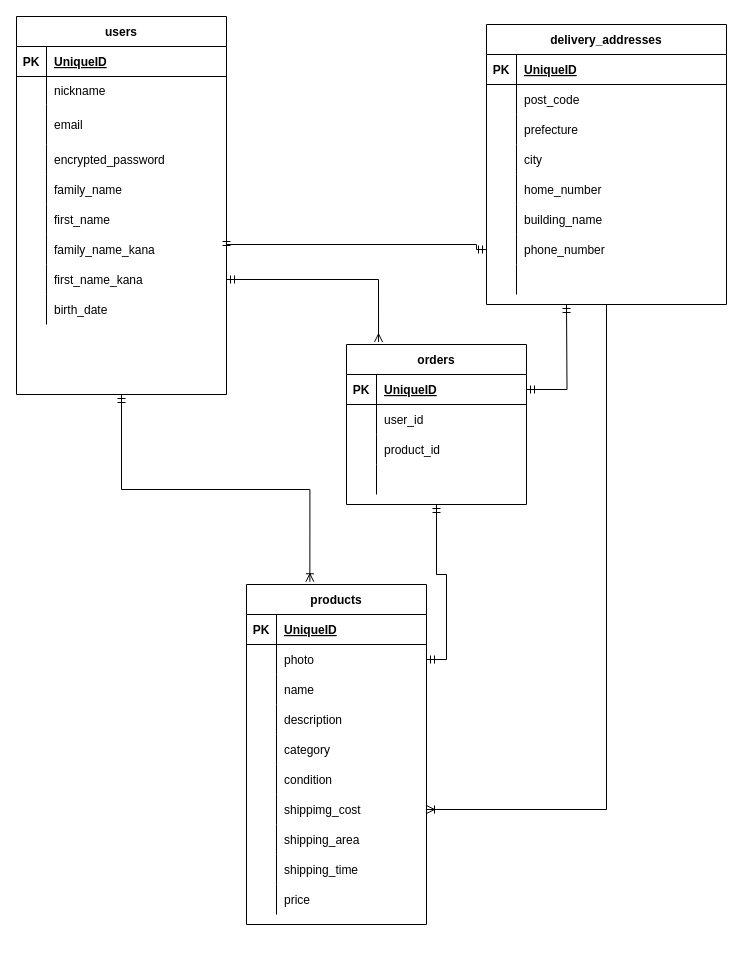
This is app/views/shared/furima.dio from hikaruueta/furima-35024, a draw.io file, before an edit. Source tidied: cells renumbered, new cells numbered last; positions are measured from the earlier drawing's top-left corner, leaving out a move shared by most shapes. Both pictures are drawn from the tidied source at 100%, with x=0, y=0 at pixel (16, 16).
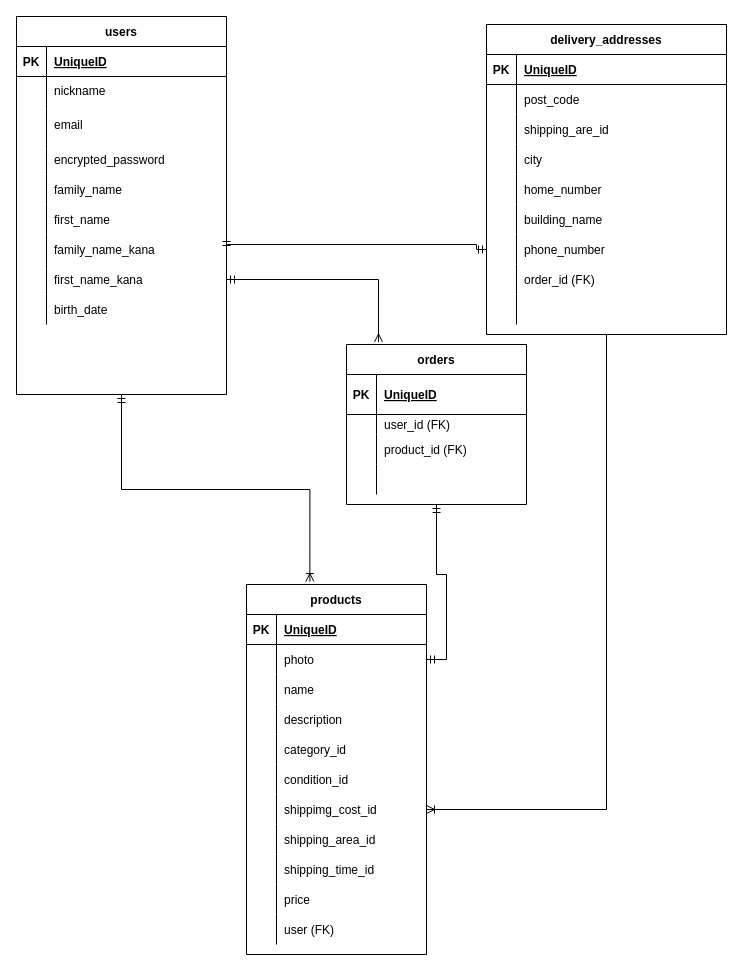
The same page after the edit.

The change refers to these unchanged cells:
```xml
<mxCell id="39" style="shape=partialRectangle;fillColor=none;top=0;left=0;bottom=0;right=0;" parent="32" vertex="1">
  <mxGeometry y="90" width="240" height="30" as="geometry" />
</mxCell>
<mxCell id="70" style="shape=partialRectangle;fillColor=none;top=0;left=0;bottom=0;right=0;" parent="57" vertex="1">
  <mxGeometry y="150" width="180" height="30" as="geometry" />
</mxCell>
<mxCell id="73" style="shape=partialRectangle;fillColor=none;top=0;left=0;bottom=0;right=0;" parent="57" vertex="1">
  <mxGeometry y="180" width="180" height="30" as="geometry" />
</mxCell>
<mxCell id="76" style="shape=partialRectangle;fillColor=none;top=0;left=0;bottom=0;right=0;points=[[0,0.5],[1,0.5]];portConstraint=eastwest;" parent="57" vertex="1">
  <mxGeometry y="210" width="180" height="30" as="geometry" />
</mxCell>
<mxCell id="79" style="shape=partialRectangle;fillColor=none;top=0;left=0;bottom=0;right=0;" parent="57" vertex="1">
  <mxGeometry y="240" width="180" height="30" as="geometry" />
</mxCell>
<mxCell id="82" style="shape=partialRectangle;fillColor=none;top=0;left=0;bottom=0;right=0;" parent="57" vertex="1">
  <mxGeometry y="270" width="180" height="30" as="geometry" />
</mxCell>
<mxCell id="92" value="orders" style="shape=table;startSize=30;childLayout=tableLayout;rowLines=0;fontStyle=1;align=center;" parent="1" vertex="1">
  <mxGeometry x="330" y="328" width="180" height="160" as="geometry" />
</mxCell>
<mxCell id="99" style="shape=partialRectangle;fillColor=none;top=0;left=0;bottom=0;right=0;" parent="92" vertex="1">
  <mxGeometry y="90" width="180" height="30" as="geometry" />
</mxCell>
```

What changed in the source:
```diff
@@
     <mxCell id="32" value="delivery_addresses" style="shape=table;startSize=30;childLayout=tableLayout;rowLines=0;fontStyle=1;align=center;" parent="1" vertex="1">
-      <mxGeometry x="470" y="8" width="240" height="280" as="geometry" />
+      <mxGeometry x="470" y="8" width="240" height="310" as="geometry" />
     </mxCell>
@@
-    <mxCell id="41" value="prefecture" style="shape=partialRectangle;fillColor=none;top=0;left=0;bottom=0;right=0;align=left;spacingLeft=6;overflow=hidden;" parent="39" vertex="1">
+    <mxCell id="41" value="shipping_are_id" style="shape=partialRectangle;fillColor=none;top=0;left=0;bottom=0;right=0;align=left;spacingLeft=6;overflow=hidden;" parent="39" vertex="1">
       <mxGeometry x="30" width="210" height="30" as="geometry" />
     </mxCell>
@@
+    <mxCell id="107" style="shape=partialRectangle;fillColor=none;top=0;left=0;bottom=0;right=0;" parent="32" vertex="1">
+      <mxGeometry y="240" width="240" height="30" as="geometry" />
+    </mxCell>
+    <mxCell id="108" style="shape=partialRectangle;fillColor=none;top=0;left=0;bottom=0;right=0;overflow=hidden;" parent="107" vertex="1">
+      <mxGeometry width="30" height="30" as="geometry" />
+    </mxCell>
+    <mxCell id="109" value="order_id (FK)" style="shape=partialRectangle;fillColor=none;top=0;left=0;bottom=0;right=0;align=left;spacingLeft=6;overflow=hidden;" parent="107" vertex="1">
+      <mxGeometry x="30" width="210" height="30" as="geometry" />
+    </mxCell>
     <mxCell id="54" style="shape=partialRectangle;fillColor=none;top=0;left=0;bottom=0;right=0;" parent="32" vertex="1">
-      <mxGeometry y="240" width="240" height="30" as="geometry" />
+      <mxGeometry y="270" width="240" height="30" as="geometry" />
     </mxCell>
@@
     <mxCell id="57" value="products" style="shape=table;startSize=30;childLayout=tableLayout;rowLines=0;fontStyle=1;align=center;" parent="1" vertex="1">
-      <mxGeometry x="230" y="568" width="180" height="340" as="geometry" />
+      <mxGeometry x="230" y="568" width="180" height="370" as="geometry" />
     </mxCell>
@@
-    <mxCell id="72" value="category" style="shape=partialRectangle;fillColor=none;top=0;left=0;bottom=0;right=0;align=left;spacingLeft=6;overflow=hidden;" parent="70" vertex="1">
+    <mxCell id="72" value="category_id" style="shape=partialRectangle;fillColor=none;top=0;left=0;bottom=0;right=0;align=left;spacingLeft=6;overflow=hidden;" parent="70" vertex="1">
       <mxGeometry x="30" width="150" height="30" as="geometry" />
     </mxCell>
@@
-    <mxCell id="75" value="condition" style="shape=partialRectangle;fillColor=none;top=0;left=0;bottom=0;right=0;align=left;spacingLeft=6;overflow=hidden;" parent="73" vertex="1">
+    <mxCell id="75" value="condition_id" style="shape=partialRectangle;fillColor=none;top=0;left=0;bottom=0;right=0;align=left;spacingLeft=6;overflow=hidden;" parent="73" vertex="1">
       <mxGeometry x="30" width="150" height="30" as="geometry" />
     </mxCell>
@@
-    <mxCell id="78" value="shippimg_cost" style="shape=partialRectangle;fillColor=none;top=0;left=0;bottom=0;right=0;align=left;spacingLeft=6;overflow=hidden;" parent="76" vertex="1">
+    <mxCell id="78" value="shippimg_cost_id" style="shape=partialRectangle;fillColor=none;top=0;left=0;bottom=0;right=0;align=left;spacingLeft=6;overflow=hidden;" parent="76" vertex="1">
       <mxGeometry x="30" width="150" height="30" as="geometry" />
     </mxCell>
@@
-    <mxCell id="81" value="shipping_area" style="shape=partialRectangle;fillColor=none;top=0;left=0;bottom=0;right=0;align=left;spacingLeft=6;overflow=hidden;" parent="79" vertex="1">
+    <mxCell id="81" value="shipping_area_id" style="shape=partialRectangle;fillColor=none;top=0;left=0;bottom=0;right=0;align=left;spacingLeft=6;overflow=hidden;" parent="79" vertex="1">
       <mxGeometry x="30" width="150" height="30" as="geometry" />
     </mxCell>
@@
-    <mxCell id="84" value="shipping_time" style="shape=partialRectangle;fillColor=none;top=0;left=0;bottom=0;right=0;align=left;spacingLeft=6;overflow=hidden;" parent="82" vertex="1">
+    <mxCell id="84" value="shipping_time_id" style="shape=partialRectangle;fillColor=none;top=0;left=0;bottom=0;right=0;align=left;spacingLeft=6;overflow=hidden;" parent="82" vertex="1">
       <mxGeometry x="30" width="150" height="30" as="geometry" />
     </mxCell>
@@
+    <mxCell id="110" style="shape=partialRectangle;fillColor=none;top=0;left=0;bottom=0;right=0;" parent="57" vertex="1">
+      <mxGeometry y="330" width="180" height="30" as="geometry" />
+    </mxCell>
+    <mxCell id="111" style="shape=partialRectangle;fillColor=none;top=0;left=0;bottom=0;right=0;overflow=hidden;" parent="110" vertex="1">
+      <mxGeometry width="30" height="30" as="geometry" />
+    </mxCell>
+    <mxCell id="112" value="user (FK)" style="shape=partialRectangle;fillColor=none;top=0;left=0;bottom=0;right=0;align=left;spacingLeft=6;overflow=hidden;" parent="110" vertex="1">
+      <mxGeometry x="30" width="150" height="30" as="geometry" />
+    </mxCell>
@@
     <mxCell id="93" style="shape=partialRectangle;fillColor=none;top=0;left=0;bottom=1;right=0;points=[[0,0.5],[1,0.5]];portConstraint=eastwest;" parent="92" vertex="1">
-      <mxGeometry y="30" width="180" height="30" as="geometry" />
+      <mxGeometry y="30" width="180" height="40" as="geometry" />
     </mxCell>
     <mxCell id="94" value="PK" style="shape=partialRectangle;fillColor=none;top=0;left=0;bottom=0;right=0;fontStyle=1;overflow=hidden;" parent="93" vertex="1">
-      <mxGeometry width="30" height="30" as="geometry" />
+      <mxGeometry width="30" height="40" as="geometry" />
     </mxCell>
     <mxCell id="95" value="UniqueID" style="shape=partialRectangle;fillColor=none;top=0;left=0;bottom=0;right=0;align=left;spacingLeft=6;fontStyle=5;overflow=hidden;" parent="93" vertex="1">
-      <mxGeometry x="30" width="150" height="30" as="geometry" />
+      <mxGeometry x="30" width="150" height="40" as="geometry" />
     </mxCell>
     <mxCell id="96" style="shape=partialRectangle;fillColor=none;top=0;left=0;bottom=0;right=0;" parent="92" vertex="1">
-      <mxGeometry y="60" width="180" height="30" as="geometry" />
+      <mxGeometry y="70" width="180" height="20" as="geometry" />
     </mxCell>
     <mxCell id="97" style="shape=partialRectangle;fillColor=none;top=0;left=0;bottom=0;right=0;overflow=hidden;" parent="96" vertex="1">
-      <mxGeometry width="30" height="30" as="geometry" />
+      <mxGeometry width="30" height="20" as="geometry" />
     </mxCell>
-    <mxCell id="98" value="user_id" style="shape=partialRectangle;fillColor=none;top=0;left=0;bottom=0;right=0;align=left;spacingLeft=6;overflow=hidden;" parent="96" vertex="1">
-      <mxGeometry x="30" width="150" height="30" as="geometry" />
+    <mxCell id="98" value="user_id (FK)" style="shape=partialRectangle;fillColor=none;top=0;left=0;bottom=0;right=0;align=left;spacingLeft=6;overflow=hidden;" parent="96" vertex="1">
+      <mxGeometry x="30" width="150" height="20" as="geometry" />
     </mxCell>
@@
-    <mxCell id="101" value="product_id" style="shape=partialRectangle;fillColor=none;top=0;left=0;bottom=0;right=0;align=left;spacingLeft=6;overflow=hidden;" parent="99" vertex="1">
+    <mxCell id="101" value="product_id (FK)" style="shape=partialRectangle;fillColor=none;top=0;left=0;bottom=0;right=0;align=left;spacingLeft=6;overflow=hidden;" parent="99" vertex="1">
       <mxGeometry x="30" width="150" height="30" as="geometry" />
     </mxCell>
@@
-    <mxCell id="106" style="edgeStyle=orthogonalEdgeStyle;rounded=0;jettySize=auto;html=1;startArrow=ERmandOne;startFill=0;endArrow=ERmandOne;endFill=0;" parent="1" edge="1" source="93">
-      <mxGeometry relative="1" as="geometry">
-        <mxPoint x="550" y="288" as="targetPoint" />
-      </mxGeometry>
-    </mxCell>
```
